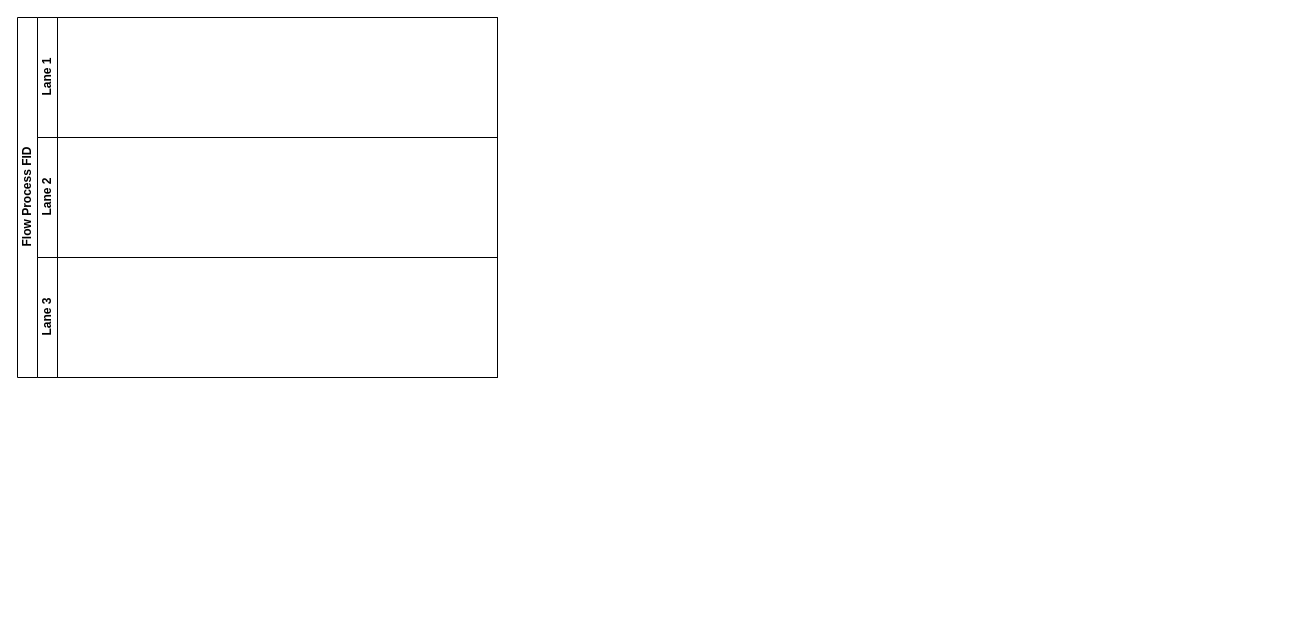
Earlier version of the draw.io diagram page "FID" (3 of 3) of Alur RK Sumur BOR & WO.drawio (Business-Support-Application/Flow-Process-Business). Source tidied: cells renumbered, new cells numbered last; positions are measured from the earlier drawing's top-left corner, leaving out a move shared by most shapes. Both pictures are drawn from the tidied source at 100%, with x=0, y=0 at pixel (17, 17).
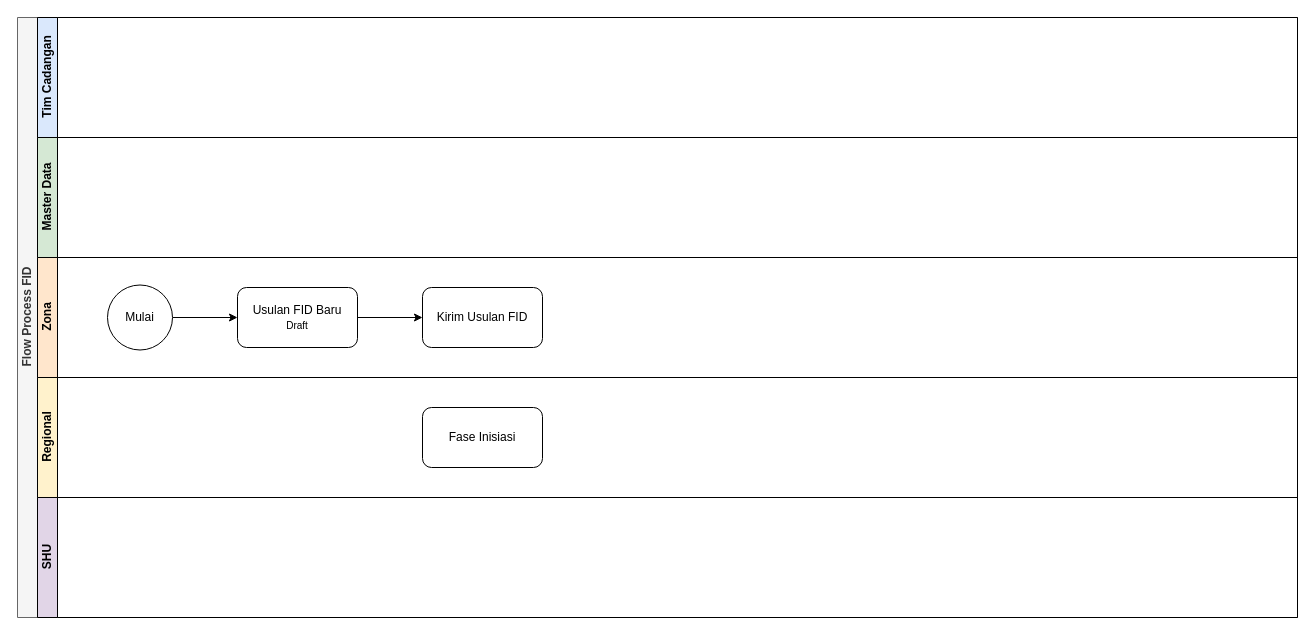
The same diagram, later.

Commit message:
FID Flow

Diff of the diagram source:
```diff
@@
 <mxGraphModel>
   <root>
     <mxCell id="0" />
     <mxCell id="1" parent="0" />
-    <mxCell id="2" value="Flow Process FID" style="swimlane;horizontal=0;startSize=20;html=1;" parent="1" vertex="1">
-      <mxGeometry width="480" height="360" as="geometry" />
+    <mxCell id="2" value="Flow Process FID" style="swimlane;horizontal=0;startSize=20;html=1;fillColor=#f5f5f5;fontColor=#333333;strokeColor=#666666;" parent="1" vertex="1">
+      <mxGeometry width="1280" height="600" as="geometry" />
     </mxCell>
-    <mxCell id="3" value="Lane 1" style="swimlane;startSize=20;horizontal=0;html=1;" parent="2" vertex="1">
-      <mxGeometry x="20" width="460" height="120" as="geometry" />
+    <mxCell id="3" value="Tim Cadangan" style="swimlane;startSize=20;horizontal=0;html=1;fillColor=#dae8fc;strokeColor=light-dark(#000000,#000000);" parent="2" vertex="1">
+      <mxGeometry x="20" width="1260" height="120" as="geometry" />
     </mxCell>
+    <mxCell id="6" value="Master Data" style="swimlane;startSize=20;horizontal=0;html=1;fillColor=#d5e8d4;strokeColor=light-dark(#000000,#000000);" parent="2" vertex="1">
+      <mxGeometry x="20" y="120" width="1260" height="120" as="geometry" />
+    </mxCell>
-    <mxCell id="4" value="Lane 2" style="swimlane;startSize=20;horizontal=0;html=1;" parent="2" vertex="1">
-      <mxGeometry x="20" y="120" width="460" height="120" as="geometry" />
+    <mxCell id="4" value="Zona" style="swimlane;startSize=20;horizontal=0;html=1;fillColor=#ffe6cc;strokeColor=light-dark(#000000,#000000);" parent="2" vertex="1">
+      <mxGeometry x="20" y="240" width="1260" height="120" as="geometry" />
     </mxCell>
+    <mxCell id="7" style="edgeStyle=orthogonalEdgeStyle;rounded=0;jettySize=auto;html=1;exitX=1;exitY=0.5;exitDx=0;exitDy=0;entryX=0;entryY=0.5;entryDx=0;entryDy=0;" parent="4" edge="1" source="8" target="10">
+      <mxGeometry relative="1" as="geometry" />
+    </mxCell>
+    <mxCell id="8" value="Mulai" style="ellipse;whiteSpace=wrap;html=1;shapeInside=1;" parent="4" vertex="1">
+      <mxGeometry x="70" y="27.5" width="65" height="65" as="geometry" />
+    </mxCell>
+    <mxCell id="9" style="edgeStyle=orthogonalEdgeStyle;rounded=0;jettySize=auto;html=1;exitX=1;exitY=0.5;exitDx=0;exitDy=0;" parent="4" edge="1" source="10" target="11">
+      <mxGeometry relative="1" as="geometry" />
+    </mxCell>
+    <mxCell id="10" value="Usulan FID Baru&lt;div&gt;&lt;font style=&quot;font-size: 10px;&quot;&gt;Draft&lt;/font&gt;&lt;/div&gt;" style="rounded=1;whiteSpace=wrap;html=1;" parent="4" vertex="1">
+      <mxGeometry x="200" y="30" width="120" height="60" as="geometry" />
+    </mxCell>
+    <mxCell id="11" value="Kirim Usulan FID" style="rounded=1;whiteSpace=wrap;html=1;" parent="4" vertex="1">
+      <mxGeometry x="385" y="30" width="120" height="60" as="geometry" />
+    </mxCell>
-    <mxCell id="5" value="Lane 3" style="swimlane;startSize=20;horizontal=0;html=1;" parent="2" vertex="1">
-      <mxGeometry x="20" y="240" width="460" height="120" as="geometry" />
+    <mxCell id="5" value="Regional" style="swimlane;startSize=20;horizontal=0;html=1;fillColor=#fff2cc;strokeColor=light-dark(#000000,#000000);" parent="2" vertex="1">
+      <mxGeometry x="20" y="360" width="1260" height="120" as="geometry" />
     </mxCell>
+    <mxCell id="12" value="Fase Inisiasi" style="rounded=1;whiteSpace=wrap;html=1;" parent="5" vertex="1">
+      <mxGeometry x="385" y="30" width="120" height="60" as="geometry" />
+    </mxCell>
+    <mxCell id="13" value="SHU" style="swimlane;startSize=20;horizontal=0;html=1;fillColor=#e1d5e7;strokeColor=light-dark(#000000,#000000);" parent="2" vertex="1">
+      <mxGeometry x="20" y="480" width="1260" height="120" as="geometry" />
+    </mxCell>
   </root>
 </mxGraphModel>
```
